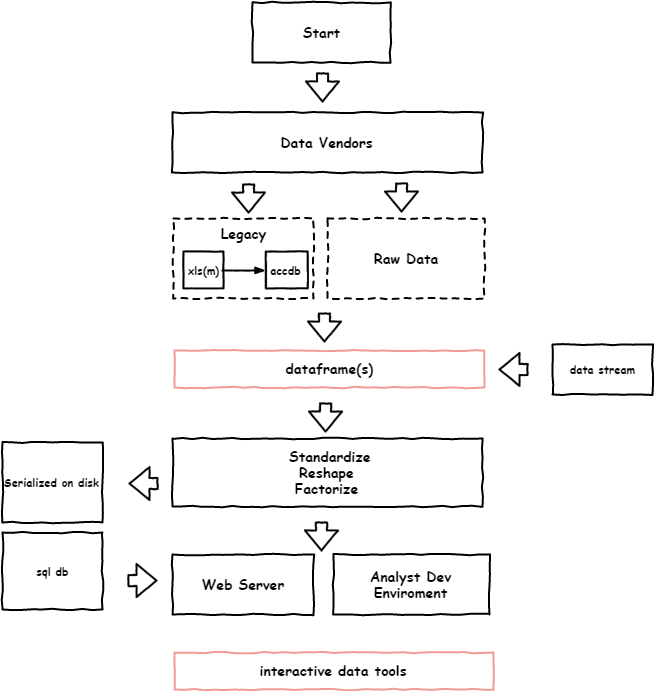
Earlier version of the draw.io export Dataflow.png (gryBox/wholesale-food-co.). Source tidied: cells renumbered, new cells last; positions are measured from the earlier drawing's top-left corner, leaving out a move shared by most shapes. The source it was exported from:
```xml
<mxGraphModel background="#ffffff">
  <root>
    <mxCell id="0" />
    <mxCell id="1" parent="0" />
    <mxCell id="2" value="Start" style="html=1;whiteSpace=wrap;comic=1;strokeWidth=2;fontFamily=Comic Sans MS;fontStyle=1;fontSize=14;" parent="1" vertex="1">
      <mxGeometry x="250" width="138" height="60" as="geometry" />
    </mxCell>
    <mxCell id="3" value="Web Server" style="html=1;whiteSpace=wrap;comic=1;strokeWidth=2;fontFamily=Comic Sans MS;fontStyle=1;fontSize=14;" parent="1" vertex="1">
      <mxGeometry x="170" y="552" width="141" height="60" as="geometry" />
    </mxCell>
    <mxCell id="4" value="dataframe(s)" style="html=1;whiteSpace=wrap;comic=1;strokeWidth=2;fontFamily=Comic Sans MS;fontStyle=1;verticalAlign=middle;fillColor=#ffffff;strokeColor=#F19C99;fontSize=14;" parent="1" vertex="1">
      <mxGeometry x="172" y="348" width="310" height="37" as="geometry" />
    </mxCell>
    <mxCell id="5" value="sql db" style="html=1;whiteSpace=wrap;comic=1;strokeWidth=2;fontFamily=Comic Sans MS;fontStyle=1;verticalAlign=middle;fontSize=11;" parent="1" vertex="1">
      <mxGeometry y="530" width="100" height="77" as="geometry" />
    </mxCell>
    <mxCell id="6" value="Serialized on disk" style="html=1;whiteSpace=wrap;comic=1;strokeWidth=2;fontFamily=Comic Sans MS;fontStyle=1;verticalAlign=middle;fontSize=11;" parent="1" vertex="1">
      <mxGeometry y="440" width="100" height="80" as="geometry" />
    </mxCell>
    <mxCell id="7" value="&lt;div&gt;&amp;nbsp;Standardize&lt;/div&gt;&lt;div&gt;Reshape&lt;/div&gt;&lt;div&gt;Factorize&lt;/div&gt;" style="html=1;whiteSpace=wrap;comic=1;strokeWidth=2;fontFamily=Comic Sans MS;fontStyle=1;fontSize=14;align=center;" parent="1" vertex="1">
      <mxGeometry x="170" y="436" width="310" height="68" as="geometry" />
    </mxCell>
    <mxCell id="8" value="Data Vendors" style="html=1;whiteSpace=wrap;comic=1;strokeWidth=2;fontFamily=Comic Sans MS;fontStyle=1;fontSize=14;" parent="1" vertex="1">
      <mxGeometry x="170" y="110" width="310" height="60" as="geometry" />
    </mxCell>
    <mxCell id="9" style="group;" parent="1" vertex="1">
      <mxGeometry x="171" y="216" width="140" height="80" as="geometry" />
    </mxCell>
    <mxCell id="10" value="&lt;span&gt;Legacy&lt;/span&gt;" style="html=1;whiteSpace=wrap;comic=1;strokeWidth=2;fontFamily=Comic Sans MS;fontStyle=1;fontSize=14;dashed=1;verticalAlign=top;" parent="9" vertex="1">
      <mxGeometry width="140" height="80" as="geometry" />
    </mxCell>
    <mxCell id="11" value="xls(m)" style="html=1;whiteSpace=wrap;comic=1;strokeWidth=2;fontFamily=Comic Sans MS;fontStyle=1;verticalAlign=middle;fontSize=11;" parent="9" vertex="1">
      <mxGeometry x="10" y="33" width="40" height="37" as="geometry" />
    </mxCell>
    <mxCell id="12" value="accdb" style="html=1;whiteSpace=wrap;comic=1;strokeWidth=2;fontFamily=Comic Sans MS;fontStyle=1;verticalAlign=middle;fontSize=11;" parent="9" vertex="1">
      <mxGeometry x="92.4" y="33" width="41.8" height="37" as="geometry" />
    </mxCell>
    <mxCell id="13" style="edgeStyle=segmentEdgeStyle;rounded=0;comic=1;strokeWidth=2;endArrow=blockThin;html=1;fontFamily=Comic Sans MS;fontStyle=1;entryX=0;entryY=0.5;" parent="9" edge="1" target="12">
      <mxGeometry relative="1" as="geometry">
        <mxPoint x="49" y="52" as="sourcePoint" />
      </mxGeometry>
    </mxCell>
    <mxCell id="14" style="group;fontSize=14;" parent="1" vertex="1">
      <mxGeometry x="325" y="216" width="157" height="80" as="geometry" />
    </mxCell>
    <mxCell id="15" value="&lt;span&gt;Raw Data&lt;/span&gt;" style="html=1;whiteSpace=wrap;comic=1;strokeWidth=2;fontFamily=Comic Sans MS;fontStyle=1;fontSize=14;dashed=1;verticalAlign=middle;" parent="14" vertex="1">
      <mxGeometry width="157" height="80" as="geometry" />
    </mxCell>
    <mxCell id="16" value="data stream" style="html=1;whiteSpace=wrap;comic=1;strokeWidth=2;fontFamily=Comic Sans MS;fontStyle=1;verticalAlign=middle;fontSize=11;" parent="1" vertex="1">
      <mxGeometry x="550" y="342" width="100" height="50" as="geometry" />
    </mxCell>
    <mxCell id="17" value="Analyst Dev Enviroment" style="html=1;whiteSpace=wrap;comic=1;strokeWidth=2;fontFamily=Comic Sans MS;fontStyle=1;fontSize=14;" parent="1" vertex="1">
      <mxGeometry x="331" y="552" width="156" height="60" as="geometry" />
    </mxCell>
    <mxCell id="18" value="interactive data tools" style="html=1;whiteSpace=wrap;comic=1;strokeWidth=2;fontFamily=Comic Sans MS;fontStyle=1;verticalAlign=middle;fillColor=#ffffff;strokeColor=#F19C99;fontSize=14;" parent="1" vertex="1">
      <mxGeometry x="172" y="650" width="319" height="37" as="geometry" />
    </mxCell>
    <mxCell id="19" style="edgeStyle=segmentEdgeStyle;rounded=0;comic=1;strokeWidth=2;endArrow=blockThin;html=1;fontFamily=Comic Sans MS;fontStyle=1;shape=flexArrow;" parent="1" edge="1">
      <mxGeometry relative="1" as="geometry">
        <mxPoint x="320" y="70" as="sourcePoint" />
        <mxPoint x="320" y="100" as="targetPoint" />
      </mxGeometry>
    </mxCell>
    <mxCell id="20" style="edgeStyle=segmentEdgeStyle;rounded=0;comic=1;strokeWidth=2;endArrow=blockThin;html=1;fontFamily=Comic Sans MS;fontStyle=1;shape=flexArrow;" parent="1" edge="1">
      <mxGeometry x="-421" y="220" as="geometry">
        <mxPoint x="399" y="180" as="sourcePoint" />
        <mxPoint x="399" y="210" as="targetPoint" />
      </mxGeometry>
    </mxCell>
    <mxCell id="21" style="edgeStyle=segmentEdgeStyle;rounded=0;comic=1;strokeWidth=2;endArrow=blockThin;html=1;fontFamily=Comic Sans MS;fontStyle=1;shape=flexArrow;" parent="1" edge="1">
      <mxGeometry x="-574" y="221" as="geometry">
        <mxPoint x="246" y="181" as="sourcePoint" />
        <mxPoint x="246" y="211" as="targetPoint" />
      </mxGeometry>
    </mxCell>
    <mxCell id="22" style="edgeStyle=segmentEdgeStyle;rounded=0;comic=1;strokeWidth=2;endArrow=blockThin;html=1;fontFamily=Comic Sans MS;fontStyle=1;shape=flexArrow;" parent="1" edge="1">
      <mxGeometry x="-498" y="350" as="geometry">
        <mxPoint x="322" y="310" as="sourcePoint" />
        <mxPoint x="322" y="340" as="targetPoint" />
      </mxGeometry>
    </mxCell>
    <mxCell id="23" style="edgeStyle=segmentEdgeStyle;rounded=0;comic=1;strokeWidth=2;endArrow=blockThin;html=1;fontFamily=Comic Sans MS;fontStyle=1;shape=flexArrow;" parent="1" edge="1">
      <mxGeometry x="-497" y="440" as="geometry">
        <mxPoint x="323" y="400" as="sourcePoint" />
        <mxPoint x="323" y="430" as="targetPoint" />
      </mxGeometry>
    </mxCell>
    <mxCell id="24" style="edgeStyle=segmentEdgeStyle;rounded=0;comic=1;strokeWidth=2;endArrow=blockThin;html=1;fontFamily=Comic Sans MS;fontStyle=1;shape=flexArrow;" parent="1" edge="1">
      <mxGeometry x="-501" y="559" as="geometry">
        <mxPoint x="319" y="519" as="sourcePoint" />
        <mxPoint x="319" y="549" as="targetPoint" />
      </mxGeometry>
    </mxCell>
    <mxCell id="25" style="edgeStyle=segmentEdgeStyle;rounded=0;comic=1;strokeWidth=2;endArrow=blockThin;html=1;fontFamily=Comic Sans MS;fontStyle=1;shape=flexArrow;flipV=0;flipH=1;rotation=90;" parent="1" edge="1">
      <mxGeometry x="-680" y="505" as="geometry">
        <mxPoint x="140" y="465" as="sourcePoint" />
        <mxPoint x="140" y="495" as="targetPoint" />
      </mxGeometry>
    </mxCell>
    <mxCell id="26" style="edgeStyle=segmentEdgeStyle;rounded=0;comic=1;strokeWidth=2;endArrow=blockThin;html=1;fontFamily=Comic Sans MS;fontStyle=1;shape=flexArrow;rotation=270;flipH=1;flipV=1;" parent="1" edge="1">
      <mxGeometry x="-310" y="392" as="geometry">
        <mxPoint x="510" y="352" as="sourcePoint" />
        <mxPoint x="510" y="382" as="targetPoint" />
      </mxGeometry>
    </mxCell>
    <mxCell id="27" style="edgeStyle=segmentEdgeStyle;rounded=0;comic=1;strokeWidth=2;endArrow=blockThin;html=1;fontFamily=Comic Sans MS;fontStyle=1;shape=flexArrow;flipV=0;flipH=1;rotation=270;" parent="1" edge="1">
      <mxGeometry x="-680" y="603" as="geometry">
        <mxPoint x="140" y="563" as="sourcePoint" />
        <mxPoint x="140" y="593" as="targetPoint" />
      </mxGeometry>
    </mxCell>
  </root>
</mxGraphModel>
```
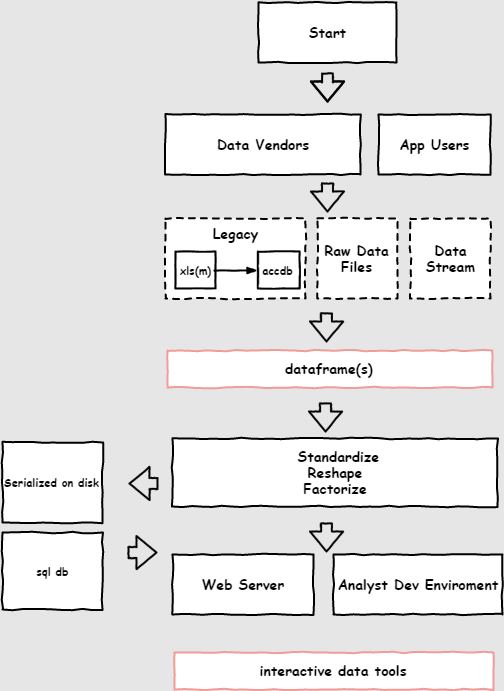
Above is the later version.

Commit message:
changed background and reworded some stuff

What changed in the source:
```diff
@@ -1,15 +1,12 @@
-<mxGraphModel background="#ffffff">
+<mxGraphModel background="#E6E6E6">
   <root>
     <mxCell id="0" />
     <mxCell id="1" parent="0" />
     <mxCell id="2" value="Start" style="html=1;whiteSpace=wrap;comic=1;strokeWidth=2;fontFamily=Comic Sans MS;fontStyle=1;fontSize=14;" parent="1" vertex="1">
-      <mxGeometry x="250" width="138" height="60" as="geometry" />
+      <mxGeometry x="256" width="138" height="60" as="geometry" />
     </mxCell>
-    <mxCell id="3" value="Web Server" style="html=1;whiteSpace=wrap;comic=1;strokeWidth=2;fontFamily=Comic Sans MS;fontStyle=1;fontSize=14;" parent="1" vertex="1">
-      <mxGeometry x="170" y="552" width="141" height="60" as="geometry" />
-    </mxCell>
     <mxCell id="4" value="dataframe(s)" style="html=1;whiteSpace=wrap;comic=1;strokeWidth=2;fontFamily=Comic Sans MS;fontStyle=1;verticalAlign=middle;fillColor=#ffffff;strokeColor=#F19C99;fontSize=14;" parent="1" vertex="1">
-      <mxGeometry x="172" y="348" width="310" height="37" as="geometry" />
+      <mxGeometry x="165" y="348" width="325" height="37" as="geometry" />
     </mxCell>
     <mxCell id="5" value="sql db" style="html=1;whiteSpace=wrap;comic=1;strokeWidth=2;fontFamily=Comic Sans MS;fontStyle=1;verticalAlign=middle;fontSize=11;" parent="1" vertex="1">
       <mxGeometry y="530" width="100" height="77" as="geometry" />
@@ -18,13 +15,71 @@
       <mxGeometry y="440" width="100" height="80" as="geometry" />
     </mxCell>
     <mxCell id="7" value="&lt;div&gt;&amp;nbsp;Standardize&lt;/div&gt;&lt;div&gt;Reshape&lt;/div&gt;&lt;div&gt;Factorize&lt;/div&gt;" style="html=1;whiteSpace=wrap;comic=1;strokeWidth=2;fontFamily=Comic Sans MS;fontStyle=1;fontSize=14;align=center;" parent="1" vertex="1">
-      <mxGeometry x="170" y="436" width="310" height="68" as="geometry" />
+      <mxGeometry x="170" y="436" width="325" height="68" as="geometry" />
     </mxCell>
+    <mxCell id="18" value="interactive data tools" style="html=1;whiteSpace=wrap;comic=1;strokeWidth=2;fontFamily=Comic Sans MS;fontStyle=1;verticalAlign=middle;fillColor=#ffffff;strokeColor=#F19C99;fontSize=14;" parent="1" vertex="1">
+      <mxGeometry x="172" y="650" width="319" height="37" as="geometry" />
+    </mxCell>
+    <mxCell id="19" style="edgeStyle=segmentEdgeStyle;rounded=0;comic=1;strokeWidth=2;endArrow=blockThin;html=1;fontFamily=Comic Sans MS;fontStyle=1;shape=flexArrow;" parent="1" edge="1">
+      <mxGeometry relative="1" as="geometry">
+        <mxPoint x="325" y="70" as="sourcePoint" />
+        <mxPoint x="325" y="100" as="targetPoint" />
+        <Array as="points">
+          <mxPoint x="325" y="80" />
+          <mxPoint x="325" y="80" />
+        </Array>
+      </mxGeometry>
+    </mxCell>
+    <mxCell id="20" style="edgeStyle=segmentEdgeStyle;rounded=0;comic=1;strokeWidth=2;endArrow=blockThin;html=1;fontFamily=Comic Sans MS;fontStyle=1;shape=flexArrow;" parent="1" edge="1">
+      <mxGeometry x="-475" y="238" as="geometry">
+        <mxPoint x="325" y="180" as="sourcePoint" />
+        <mxPoint x="325" y="210" as="targetPoint" />
+      </mxGeometry>
+    </mxCell>
+    <mxCell id="22" style="edgeStyle=segmentEdgeStyle;rounded=0;comic=1;strokeWidth=2;endArrow=blockThin;html=1;fontFamily=Comic Sans MS;fontStyle=1;shape=flexArrow;" parent="1" edge="1">
+      <mxGeometry x="-476" y="368" as="geometry">
+        <mxPoint x="324" y="310" as="sourcePoint" />
+        <mxPoint x="324" y="340" as="targetPoint" />
+      </mxGeometry>
+    </mxCell>
+    <mxCell id="23" style="edgeStyle=segmentEdgeStyle;rounded=0;comic=1;strokeWidth=2;endArrow=blockThin;html=1;fontFamily=Comic Sans MS;fontStyle=1;shape=flexArrow;" parent="1" edge="1">
+      <mxGeometry x="-477" y="458" as="geometry">
+        <mxPoint x="323" y="400" as="sourcePoint" />
+        <mxPoint x="323" y="430" as="targetPoint" />
+      </mxGeometry>
+    </mxCell>
+    <mxCell id="24" style="edgeStyle=segmentEdgeStyle;rounded=0;comic=1;strokeWidth=2;endArrow=blockThin;html=1;fontFamily=Comic Sans MS;fontStyle=1;shape=flexArrow;" parent="1" edge="1">
+      <mxGeometry x="-476" y="578" as="geometry">
+        <mxPoint x="324" y="520" as="sourcePoint" />
+        <mxPoint x="324" y="550" as="targetPoint" />
+      </mxGeometry>
+    </mxCell>
+    <mxCell id="25" style="edgeStyle=segmentEdgeStyle;rounded=0;comic=1;strokeWidth=2;endArrow=blockThin;html=1;fontFamily=Comic Sans MS;fontStyle=1;shape=flexArrow;flipV=0;flipH=1;rotation=90;" parent="1" edge="1">
+      <mxGeometry x="-660" y="523" as="geometry">
+        <mxPoint x="140" y="465" as="sourcePoint" />
+        <mxPoint x="140" y="495" as="targetPoint" />
+      </mxGeometry>
+    </mxCell>
+    <mxCell id="27" style="edgeStyle=segmentEdgeStyle;rounded=0;comic=1;strokeWidth=2;endArrow=blockThin;html=1;fontFamily=Comic Sans MS;fontStyle=1;shape=flexArrow;flipV=0;flipH=1;rotation=270;" parent="1" edge="1">
+      <mxGeometry x="-660" y="593" as="geometry">
+        <mxPoint x="140" y="535" as="sourcePoint" />
+        <mxPoint x="140" y="565" as="targetPoint" />
+      </mxGeometry>
+    </mxCell>
+    <mxCell id="28" style="group;" parent="1" vertex="1">
+      <mxGeometry x="163" y="112" width="325" height="60" as="geometry" />
+    </mxCell>
-    <mxCell id="8" value="Data Vendors" style="html=1;whiteSpace=wrap;comic=1;strokeWidth=2;fontFamily=Comic Sans MS;fontStyle=1;fontSize=14;" parent="1" vertex="1">
-      <mxGeometry x="170" y="110" width="310" height="60" as="geometry" />
+    <mxCell id="8" value="Data Vendors" style="html=1;whiteSpace=wrap;comic=1;strokeWidth=2;fontFamily=Comic Sans MS;fontStyle=1;fontSize=14;" parent="28" vertex="1">
+      <mxGeometry width="195" height="60" as="geometry" />
     </mxCell>
+    <mxCell id="29" value="App Users" style="html=1;whiteSpace=wrap;comic=1;strokeWidth=2;fontFamily=Comic Sans MS;fontStyle=1;fontSize=14;" parent="28" vertex="1">
+      <mxGeometry x="213" width="112" height="60" as="geometry" />
+    </mxCell>
+    <mxCell id="30" style="group;" parent="1" vertex="1">
+      <mxGeometry x="163" y="216" width="325" height="80" as="geometry" />
+    </mxCell>
-    <mxCell id="9" style="group;" parent="1" vertex="1">
-      <mxGeometry x="171" y="216" width="140" height="80" as="geometry" />
+    <mxCell id="9" style="group;" parent="30" vertex="1">
+      <mxGeometry width="140" height="80" as="geometry" />
     </mxCell>
     <mxCell id="10" value="&lt;span&gt;Legacy&lt;/span&gt;" style="html=1;whiteSpace=wrap;comic=1;strokeWidth=2;fontFamily=Comic Sans MS;fontStyle=1;fontSize=14;dashed=1;verticalAlign=top;" parent="9" vertex="1">
       <mxGeometry width="140" height="80" as="geometry" />
@@ -40,74 +95,26 @@
         <mxPoint x="49" y="52" as="sourcePoint" />
       </mxGeometry>
     </mxCell>
-    <mxCell id="14" style="group;fontSize=14;" parent="1" vertex="1">
-      <mxGeometry x="325" y="216" width="157" height="80" as="geometry" />
+    <mxCell id="14" style="group;fontSize=14;" parent="30" vertex="1">
+      <mxGeometry x="152" width="80" height="80" as="geometry" />
     </mxCell>
-    <mxCell id="15" value="&lt;span&gt;Raw Data&lt;/span&gt;" style="html=1;whiteSpace=wrap;comic=1;strokeWidth=2;fontFamily=Comic Sans MS;fontStyle=1;fontSize=14;dashed=1;verticalAlign=middle;" parent="14" vertex="1">
-      <mxGeometry width="157" height="80" as="geometry" />
+    <mxCell id="15" value="&lt;span&gt;Raw Data Files&lt;/span&gt;" style="html=1;whiteSpace=wrap;comic=1;strokeWidth=2;fontFamily=Comic Sans MS;fontStyle=1;fontSize=14;dashed=1;verticalAlign=middle;" parent="14" vertex="1">
+      <mxGeometry width="80" height="80" as="geometry" />
     </mxCell>
-    <mxCell id="16" value="data stream" style="html=1;whiteSpace=wrap;comic=1;strokeWidth=2;fontFamily=Comic Sans MS;fontStyle=1;verticalAlign=middle;fontSize=11;" parent="1" vertex="1">
-      <mxGeometry x="550" y="342" width="100" height="50" as="geometry" />
-    </mxCell>
+    <mxCell id="31" style="group;fontSize=14;" parent="30" vertex="1">
+      <mxGeometry x="245" width="80" height="80" as="geometry" />
+    </mxCell>
+    <mxCell id="32" value="&lt;span&gt;Data&lt;/span&gt;&lt;div&gt;&lt;span&gt;Stream&lt;/span&gt;&lt;/div&gt;" style="html=1;whiteSpace=wrap;comic=1;strokeWidth=2;fontFamily=Comic Sans MS;fontStyle=1;fontSize=14;dashed=1;verticalAlign=middle;" parent="31" vertex="1">
+      <mxGeometry width="80" height="80" as="geometry" />
+    </mxCell>
+    <mxCell id="33" style="group;" parent="1" vertex="1">
+      <mxGeometry x="170" y="552" width="330" height="60" as="geometry" />
+    </mxCell>
+    <mxCell id="3" value="Web Server" style="html=1;whiteSpace=wrap;comic=1;strokeWidth=2;fontFamily=Comic Sans MS;fontStyle=1;fontSize=14;" parent="33" vertex="1">
+      <mxGeometry width="141" height="60" as="geometry" />
+    </mxCell>
-    <mxCell id="17" value="Analyst Dev Enviroment" style="html=1;whiteSpace=wrap;comic=1;strokeWidth=2;fontFamily=Comic Sans MS;fontStyle=1;fontSize=14;" parent="1" vertex="1">
-      <mxGeometry x="331" y="552" width="156" height="60" as="geometry" />
+    <mxCell id="17" value="Analyst Dev Enviroment" style="html=1;whiteSpace=wrap;comic=1;strokeWidth=2;fontFamily=Comic Sans MS;fontStyle=1;fontSize=14;" parent="33" vertex="1">
+      <mxGeometry x="161" width="169" height="60" as="geometry" />
     </mxCell>
-    <mxCell id="18" value="interactive data tools" style="html=1;whiteSpace=wrap;comic=1;strokeWidth=2;fontFamily=Comic Sans MS;fontStyle=1;verticalAlign=middle;fillColor=#ffffff;strokeColor=#F19C99;fontSize=14;" parent="1" vertex="1">
-      <mxGeometry x="172" y="650" width="319" height="37" as="geometry" />
-    </mxCell>
-    <mxCell id="19" style="edgeStyle=segmentEdgeStyle;rounded=0;comic=1;strokeWidth=2;endArrow=blockThin;html=1;fontFamily=Comic Sans MS;fontStyle=1;shape=flexArrow;" parent="1" edge="1">
-      <mxGeometry relative="1" as="geometry">
-        <mxPoint x="320" y="70" as="sourcePoint" />
-        <mxPoint x="320" y="100" as="targetPoint" />
-      </mxGeometry>
-    </mxCell>
-    <mxCell id="20" style="edgeStyle=segmentEdgeStyle;rounded=0;comic=1;strokeWidth=2;endArrow=blockThin;html=1;fontFamily=Comic Sans MS;fontStyle=1;shape=flexArrow;" parent="1" edge="1">
-      <mxGeometry x="-421" y="220" as="geometry">
-        <mxPoint x="399" y="180" as="sourcePoint" />
-        <mxPoint x="399" y="210" as="targetPoint" />
-      </mxGeometry>
-    </mxCell>
-    <mxCell id="21" style="edgeStyle=segmentEdgeStyle;rounded=0;comic=1;strokeWidth=2;endArrow=blockThin;html=1;fontFamily=Comic Sans MS;fontStyle=1;shape=flexArrow;" parent="1" edge="1">
-      <mxGeometry x="-574" y="221" as="geometry">
-        <mxPoint x="246" y="181" as="sourcePoint" />
-        <mxPoint x="246" y="211" as="targetPoint" />
-      </mxGeometry>
-    </mxCell>
-    <mxCell id="22" style="edgeStyle=segmentEdgeStyle;rounded=0;comic=1;strokeWidth=2;endArrow=blockThin;html=1;fontFamily=Comic Sans MS;fontStyle=1;shape=flexArrow;" parent="1" edge="1">
-      <mxGeometry x="-498" y="350" as="geometry">
-        <mxPoint x="322" y="310" as="sourcePoint" />
-        <mxPoint x="322" y="340" as="targetPoint" />
-      </mxGeometry>
-    </mxCell>
-    <mxCell id="23" style="edgeStyle=segmentEdgeStyle;rounded=0;comic=1;strokeWidth=2;endArrow=blockThin;html=1;fontFamily=Comic Sans MS;fontStyle=1;shape=flexArrow;" parent="1" edge="1">
-      <mxGeometry x="-497" y="440" as="geometry">
-        <mxPoint x="323" y="400" as="sourcePoint" />
-        <mxPoint x="323" y="430" as="targetPoint" />
-      </mxGeometry>
-    </mxCell>
-    <mxCell id="24" style="edgeStyle=segmentEdgeStyle;rounded=0;comic=1;strokeWidth=2;endArrow=blockThin;html=1;fontFamily=Comic Sans MS;fontStyle=1;shape=flexArrow;" parent="1" edge="1">
-      <mxGeometry x="-501" y="559" as="geometry">
-        <mxPoint x="319" y="519" as="sourcePoint" />
-        <mxPoint x="319" y="549" as="targetPoint" />
-      </mxGeometry>
-    </mxCell>
-    <mxCell id="25" style="edgeStyle=segmentEdgeStyle;rounded=0;comic=1;strokeWidth=2;endArrow=blockThin;html=1;fontFamily=Comic Sans MS;fontStyle=1;shape=flexArrow;flipV=0;flipH=1;rotation=90;" parent="1" edge="1">
-      <mxGeometry x="-680" y="505" as="geometry">
-        <mxPoint x="140" y="465" as="sourcePoint" />
-        <mxPoint x="140" y="495" as="targetPoint" />
-      </mxGeometry>
-    </mxCell>
-    <mxCell id="26" style="edgeStyle=segmentEdgeStyle;rounded=0;comic=1;strokeWidth=2;endArrow=blockThin;html=1;fontFamily=Comic Sans MS;fontStyle=1;shape=flexArrow;rotation=270;flipH=1;flipV=1;" parent="1" edge="1">
-      <mxGeometry x="-310" y="392" as="geometry">
-        <mxPoint x="510" y="352" as="sourcePoint" />
-        <mxPoint x="510" y="382" as="targetPoint" />
-      </mxGeometry>
-    </mxCell>
-    <mxCell id="27" style="edgeStyle=segmentEdgeStyle;rounded=0;comic=1;strokeWidth=2;endArrow=blockThin;html=1;fontFamily=Comic Sans MS;fontStyle=1;shape=flexArrow;flipV=0;flipH=1;rotation=270;" parent="1" edge="1">
-      <mxGeometry x="-680" y="603" as="geometry">
-        <mxPoint x="140" y="563" as="sourcePoint" />
-        <mxPoint x="140" y="593" as="targetPoint" />
-      </mxGeometry>
-    </mxCell>
   </root>
 </mxGraphModel>
```
